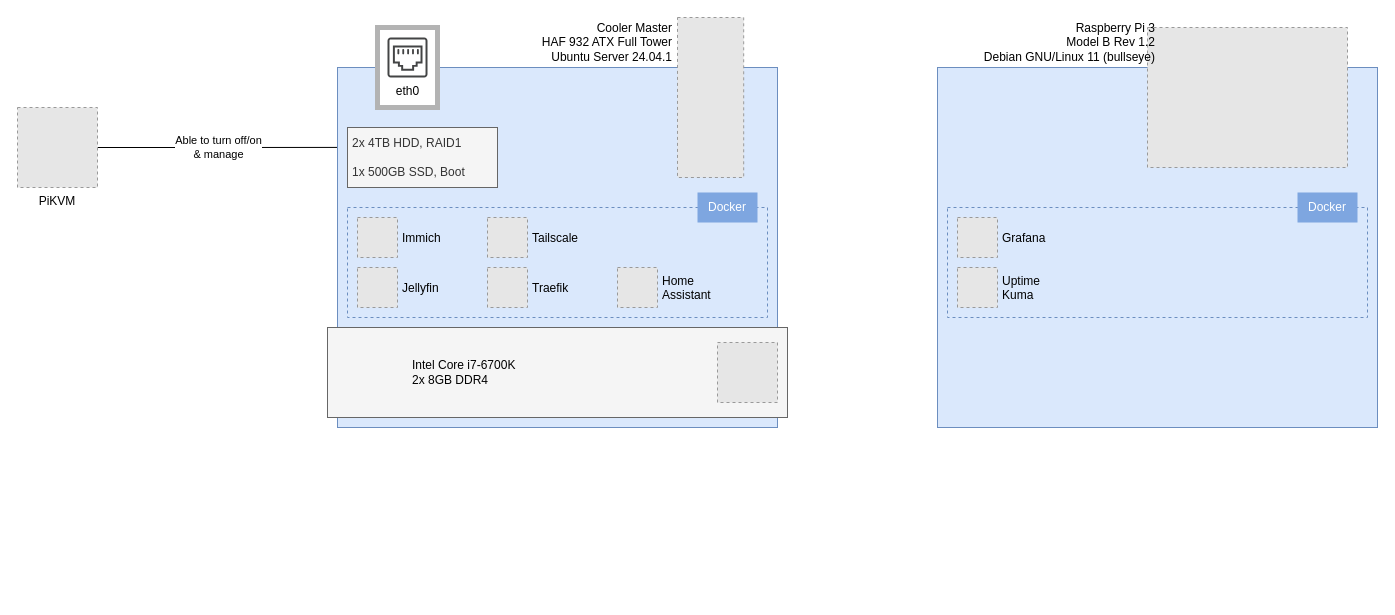
Before: arch/homelab.drawio in schang1146/homelab, a draw.io diagram. Source tidied: cells renumbered, new cells numbered last; positions are measured from the earlier drawing's top-left corner, leaving out a move shared by most shapes. Both pictures are drawn from the tidied source at 100%, with x=0, y=0 at pixel (17, 17). Pictures stored in the file or linked from it are replaced by grey dashed boxes.
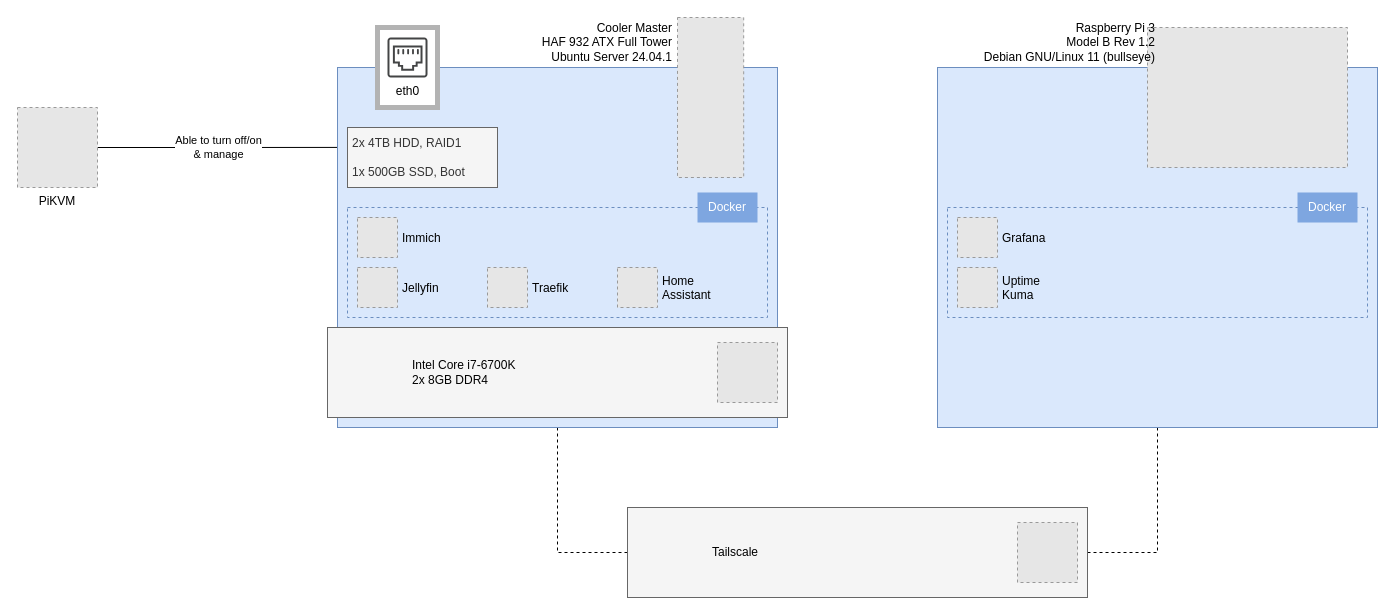
Above is the later version.

Commit message:
Move Tailscale to own block and add connecting lines

Unchanged cells that the change refers to:
```xml
<mxCell id="4" style="rounded=0;whiteSpace=wrap;html=1;fillColor=#dae8fc;strokeColor=#6c8ebf;" parent="1" vertex="1">
  <mxGeometry x="320" y="50" width="440" height="360" as="geometry" />
</mxCell>
<mxCell id="22" style="rounded=0;whiteSpace=wrap;html=1;fillColor=#dae8fc;strokeColor=#6c8ebf;" parent="1" vertex="1">
  <mxGeometry x="920" y="50" width="440" height="360" as="geometry" />
</mxCell>
```

Diff of the diagram source:
```diff
@@
+    <mxCell id="29" style="edgeStyle=orthogonalEdgeStyle;rounded=0;jettySize=auto;html=1;exitX=0.5;exitY=1;exitDx=0;exitDy=0;entryX=0;entryY=0.5;entryDx=0;entryDy=0;endArrow=none;endFill=0;dashed=1;" parent="1" edge="1" source="4" target="31">
+      <mxGeometry relative="1" as="geometry" />
+    </mxCell>
@@
-    <mxCell id="12" value="&lt;div align=&quot;left&quot;&gt;&lt;font face=&quot;Fira Code&quot;&gt;Intel Core i7-6700K&lt;/font&gt;&lt;/div&gt;&lt;div&gt;&lt;font face=&quot;Fira Code&quot;&gt;2x 8GB DDR4&lt;br&gt;&lt;/font&gt;&lt;/div&gt;" style="text;html=1;align=left;verticalAlign=middle;whiteSpace=wrap;rounded=0;spacing=5;" parent="1" vertex="1">
+    <mxCell id="12" value="&lt;div align=&quot;left&quot;&gt;&lt;font&gt;Intel Core i7-6700K&lt;/font&gt;&lt;/div&gt;&lt;div&gt;&lt;font&gt;2x 8GB DDR4&lt;br&gt;&lt;/font&gt;&lt;/div&gt;" style="text;html=1;align=left;verticalAlign=middle;whiteSpace=wrap;rounded=0;spacing=5;fontFamily=Fira Code;" parent="1" vertex="1">
       <mxGeometry x="390" y="325" width="300" height="60" as="geometry" />
     </mxCell>
@@
-    <mxCell id="17" value="Tailscale" style="fillColor=#E6E6E6;strokeColor=#999999;dashed=1;verticalLabelPosition=middle;labelBackgroundColor=none;verticalAlign=middle;fontFamily=Fira Code;spacing=5;labelPosition=right;align=left;" parent="1" vertex="1">
-      <mxGeometry x="470" y="200" width="40" height="40" as="geometry" />
-    </mxCell>
@@
+    <mxCell id="30" style="edgeStyle=orthogonalEdgeStyle;rounded=0;jettySize=auto;html=1;exitX=0.5;exitY=1;exitDx=0;exitDy=0;entryX=1;entryY=0.5;entryDx=0;entryDy=0;endArrow=none;endFill=0;dashed=1;" parent="1" edge="1" source="22" target="31">
+      <mxGeometry relative="1" as="geometry" />
+    </mxCell>
@@
+    <mxCell id="31" style="rounded=0;whiteSpace=wrap;html=1;align=left;spacing=5;fillColor=#f5f5f5;fontColor=#333333;strokeColor=#666666;" parent="1" vertex="1">
+      <mxGeometry x="610" y="490" width="460" height="90" as="geometry" />
+    </mxCell>
+    <mxCell id="32" value="Tailscale" style="text;html=1;align=left;verticalAlign=middle;whiteSpace=wrap;rounded=0;spacing=5;fontFamily=Fira Code;" parent="1" vertex="1">
+      <mxGeometry x="690" y="505" width="300" height="60" as="geometry" />
+    </mxCell>
+    <mxCell id="17" style="fillColor=#E6E6E6;strokeColor=#999999;dashed=1;verticalLabelPosition=middle;labelBackgroundColor=none;verticalAlign=middle;fontFamily=Fira Code;spacing=5;labelPosition=right;align=left;" parent="1" vertex="1">
+      <mxGeometry x="1000" y="505" width="60" height="60" as="geometry" />
+    </mxCell>
```
